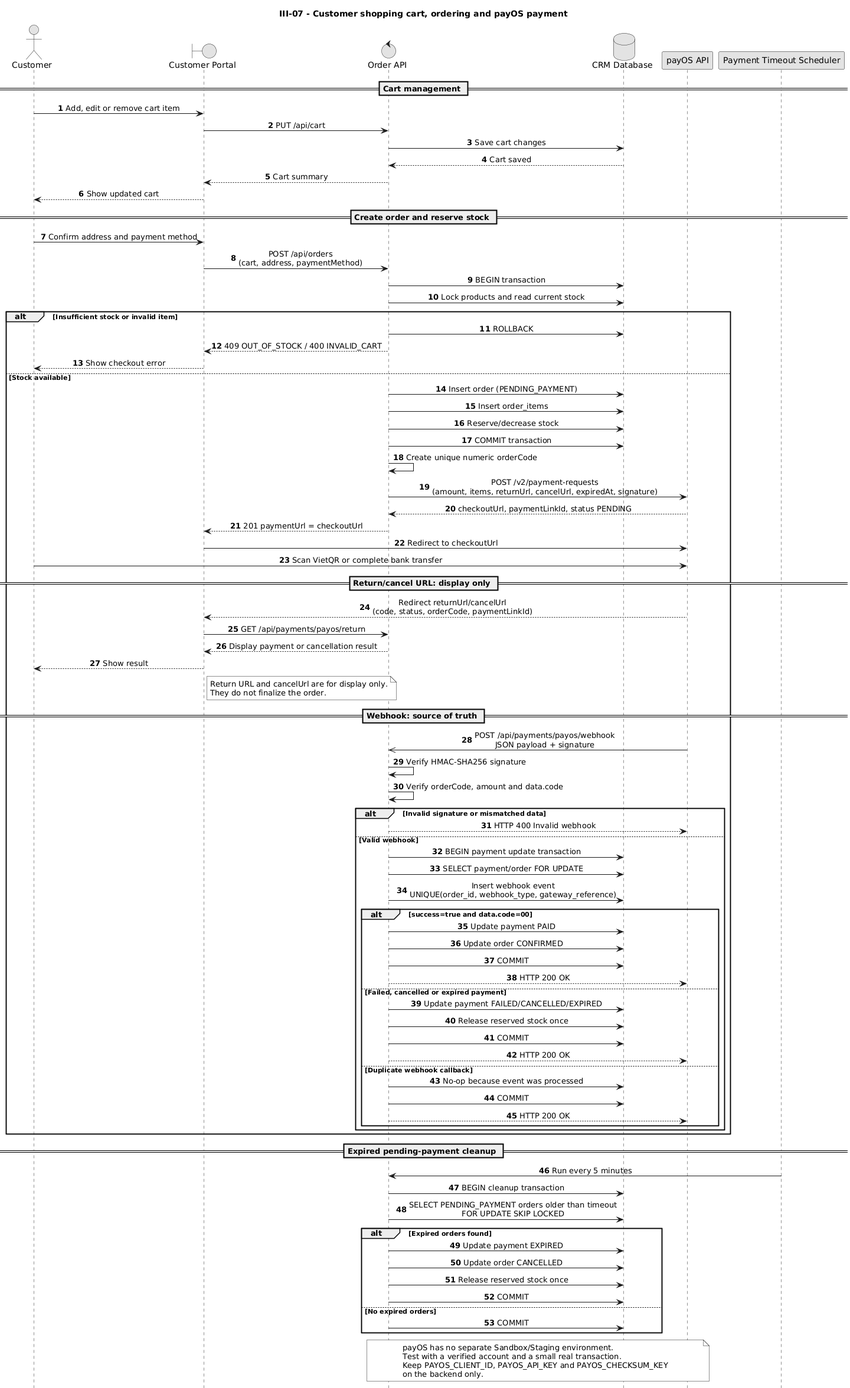
Before: docs/diagrams/customer/III-07-shopping-cart-order-payos.png, a diagram exported from PlantUML (duygri/do-an-htttdn-crm).
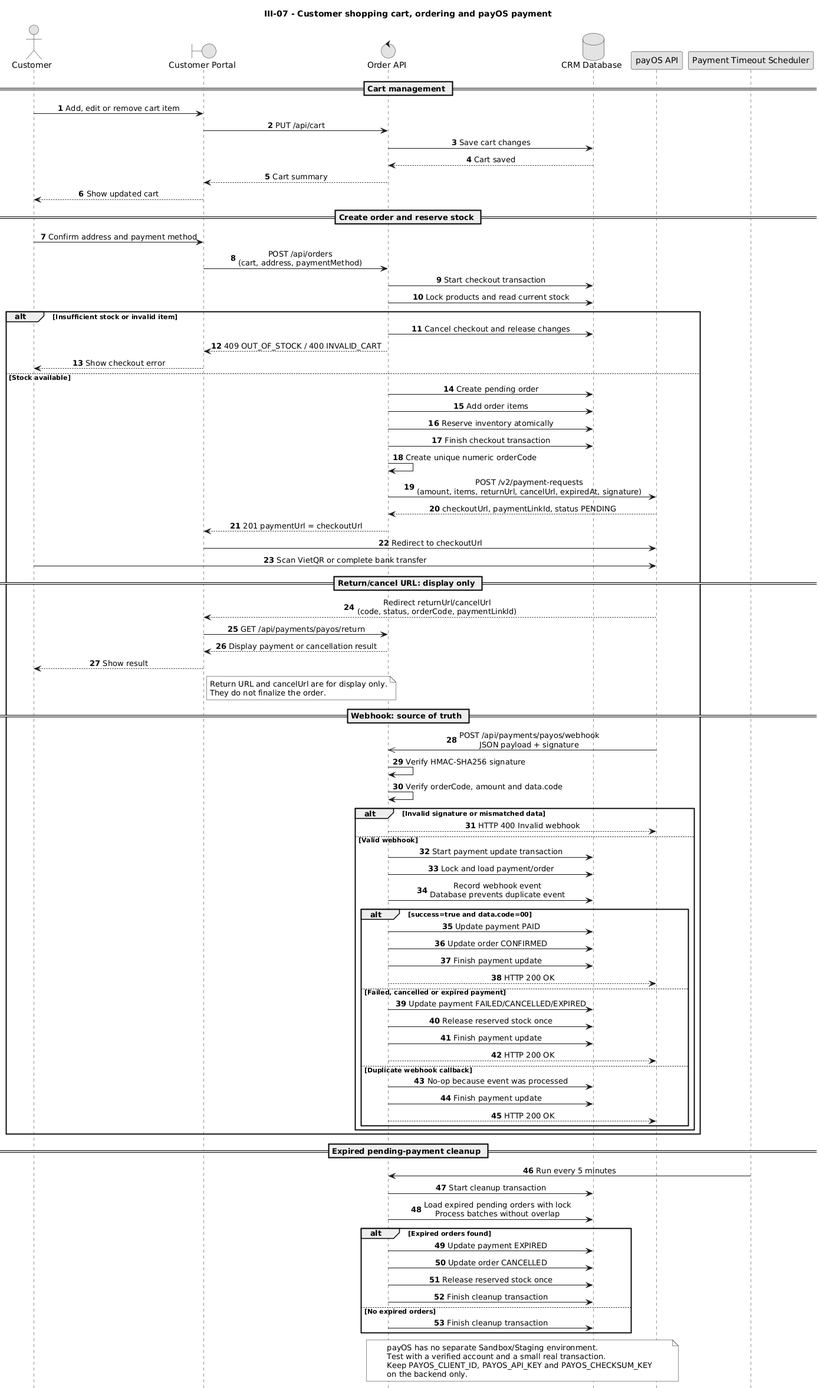
Above is the later version.

The edit, as a diff of the source:
```diff
@@ -27,18 +27,18 @@
 
 Customer -> Web: Confirm address and payment method
 Web -> API: POST /api/orders\n(cart, address, paymentMethod)
-API -> DB: BEGIN transaction
+API -> DB: Start checkout transaction
 API -> DB: Lock products and read current stock
 
 alt Insufficient stock or invalid item
-    API -> DB: ROLLBACK
+    API -> DB: Cancel checkout and release changes
     API --> Web: 409 OUT_OF_STOCK / 400 INVALID_CART
     Web --> Customer: Show checkout error
 else Stock available
-    API -> DB: Insert order (PENDING_PAYMENT)
-    API -> DB: Insert order_items
-    API -> DB: Reserve/decrease stock
-    API -> DB: COMMIT transaction
+    API -> DB: Create pending order
+    API -> DB: Add order items
+    API -> DB: Reserve inventory atomically
+    API -> DB: Finish checkout transaction
     API -> API: Create unique numeric orderCode
     API -> PayOS: POST /v2/payment-requests\n(amount, items, returnUrl, cancelUrl, expiredAt, signature)
     PayOS --> API: checkoutUrl, paymentLinkId, status PENDING
@@ -66,23 +66,23 @@
     alt Invalid signature or mismatched data
         API --> PayOS: HTTP 400 Invalid webhook
     else Valid webhook
-        API -> DB: BEGIN payment update transaction
-        API -> DB: SELECT payment/order FOR UPDATE
-        API -> DB: Insert webhook event\nUNIQUE(order_id, webhook_type, gateway_reference)
+        API -> DB: Start payment update transaction
+        API -> DB: Lock and load payment/order
+        API -> DB: Record webhook event\nDatabase prevents duplicate event
 
         alt success=true and data.code=00
             API -> DB: Update payment PAID
             API -> DB: Update order CONFIRMED
-            API -> DB: COMMIT
+            API -> DB: Finish payment update
             API --> PayOS: HTTP 200 OK
         else Failed, cancelled or expired payment
             API -> DB: Update payment FAILED/CANCELLED/EXPIRED
             API -> DB: Release reserved stock once
-            API -> DB: COMMIT
+            API -> DB: Finish payment update
             API --> PayOS: HTTP 200 OK
         else Duplicate webhook callback
             API -> DB: No-op because event was processed
-            API -> DB: COMMIT
+            API -> DB: Finish payment update
             API --> PayOS: HTTP 200 OK
         end
     end
@@ -91,15 +91,15 @@
 == Expired pending-payment cleanup ==
 
 Job -> API: Run every 5 minutes
-API -> DB: BEGIN cleanup transaction
-API -> DB: SELECT PENDING_PAYMENT orders older than timeout\nFOR UPDATE SKIP LOCKED
+API -> DB: Start cleanup transaction
+API -> DB: Load expired pending orders with lock\nProcess batches without overlap
 alt Expired orders found
     API -> DB: Update payment EXPIRED
     API -> DB: Update order CANCELLED
     API -> DB: Release reserved stock once
-    API -> DB: COMMIT
+    API -> DB: Finish cleanup transaction
 else No expired orders
-    API -> DB: COMMIT
+    API -> DB: Finish cleanup transaction
 end
 
 note over API,PayOS
```
